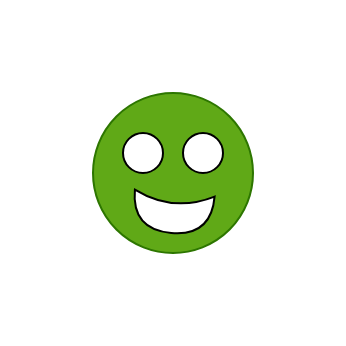
Before: page "green" (4 of 5) of src/avatar/images/avatar.drawio in pmwcs/pmwcs, a draw.io diagram. Source tidied: cells renumbered, new cells numbered last; positions are measured from the earlier drawing's top-left corner, leaving out a move shared by most shapes. Both pictures are drawn from the tidied source at 200%, with x=0, y=0 at pixel (92, 92).
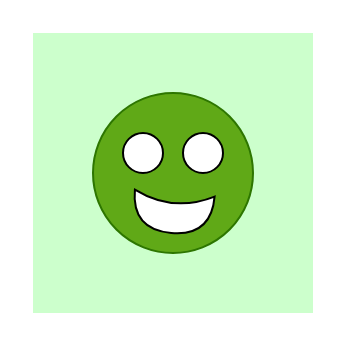
The same diagram, later.

What changed in the source:
```diff
@@
 <mxGraphModel>
   <root>
     <mxCell id="0" />
     <mxCell id="1" parent="0" />
+    <mxCell id="6" style="whiteSpace=wrap;html=1;strokeColor=none;fillColor=#CCFFCC;" parent="1" vertex="1">
+      <mxGeometry x="-30" y="-30" width="140" height="140" as="geometry" />
+    </mxCell>
     <mxCell id="2" style="ellipse;whiteSpace=wrap;html=1;fillColor=#60a917;strokeColor=#2D7600;fontColor=#ffffff;" parent="1" vertex="1">
       <mxGeometry width="80" height="80" as="geometry" />
     </mxCell>
     <mxCell id="3" style="ellipse;whiteSpace=wrap;html=1;" parent="1" vertex="1">
       <mxGeometry x="15" y="20" width="20" height="20" as="geometry" />
     </mxCell>
     <mxCell id="4" style="ellipse;whiteSpace=wrap;html=1;" parent="1" vertex="1">
       <mxGeometry x="45" y="20" width="20" height="20" as="geometry" />
     </mxCell>
     <mxCell id="5" style="shape=xor;whiteSpace=wrap;html=1;rotation=95;" parent="1" vertex="1">
       <mxGeometry x="30" y="40" width="20" height="40" as="geometry" />
     </mxCell>
   </root>
 </mxGraphModel>
```
